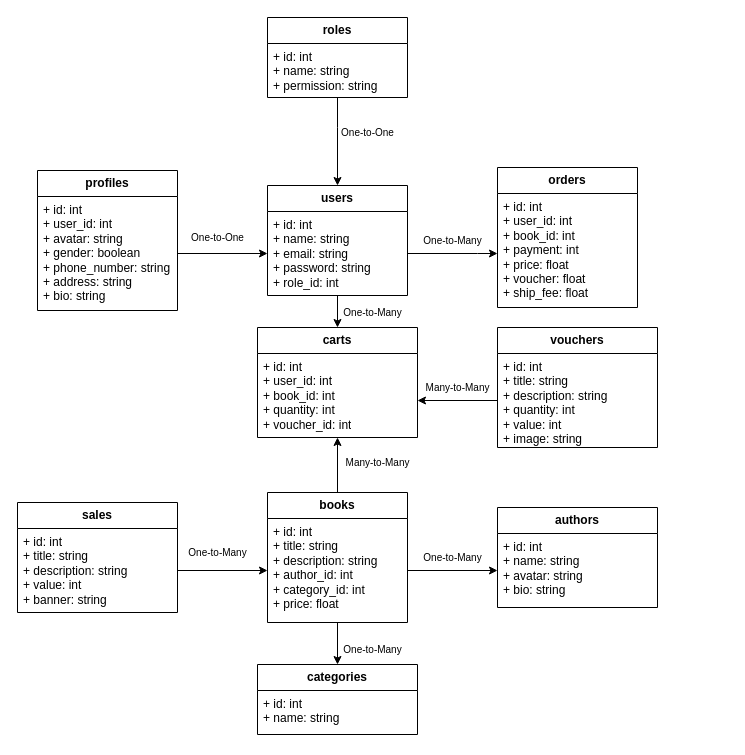
Above: public/Thiết kế ERD.drawio in tcquan-dev/demo (draw.io), before the change. Source tidied: cells renumbered, new cells numbered last; positions are measured from the earlier drawing's top-left corner, leaving out a move shared by most shapes. Both pictures are drawn from the tidied source at 100%, with x=0, y=0 at pixel (17, 17).
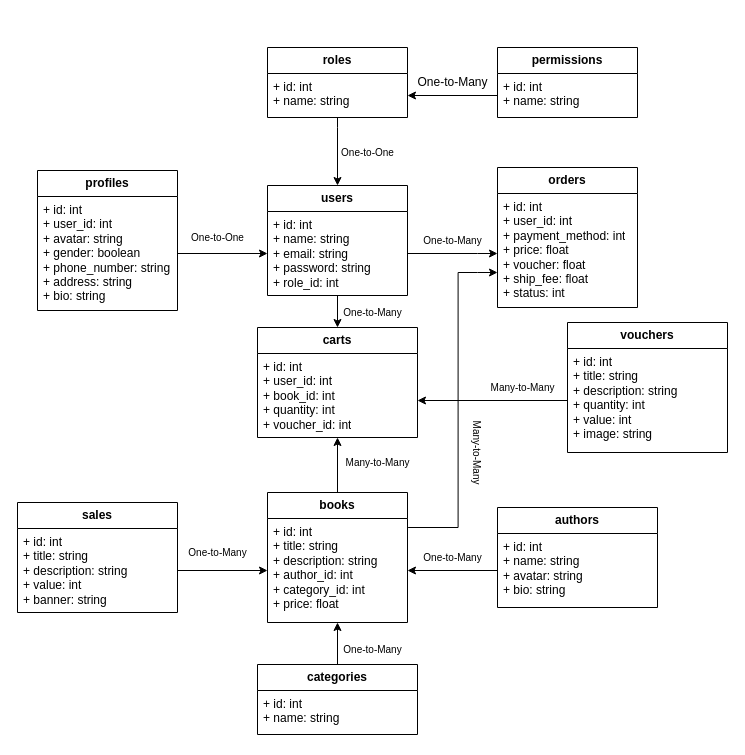
The same page after the edit.

Commit message:
Cập nhật Thiết kế ERD.drawio

The change refers to these unchanged cells:
```xml
<mxCell id="3" value="&lt;div&gt;+ id: int&lt;/div&gt;&lt;div&gt;+ name: string&lt;/div&gt;+ email: string&lt;div&gt;+ password: string&lt;/div&gt;&lt;div&gt;+ role_id: int&lt;/div&gt;" style="text;strokeColor=none;fillColor=none;align=left;verticalAlign=top;spacingLeft=4;spacingRight=4;overflow=hidden;points=[[0,0.5],[1,0.5]];portConstraint=eastwest;whiteSpace=wrap;html=1;" parent="2" vertex="1">
  <mxGeometry y="26" width="140" height="84" as="geometry" />
</mxCell>
<mxCell id="12" value="&lt;b&gt;books&lt;/b&gt;" style="swimlane;fontStyle=0;horizontal=1;startSize=26;fillColor=none;whiteSpace=wrap;html=1;" parent="1" vertex="1">
  <mxGeometry x="250" y="475" width="140" height="130" as="geometry" />
</mxCell>
<mxCell id="13" value="&lt;div&gt;+ id: int&lt;/div&gt;&lt;div&gt;+ title: string&lt;/div&gt;+ description: string&lt;div&gt;+ author_id: int&lt;/div&gt;&lt;div&gt;+ category_id: int&lt;/div&gt;&lt;div&gt;+ price: float&lt;/div&gt;" style="text;strokeColor=none;fillColor=none;align=left;verticalAlign=top;spacingLeft=4;spacingRight=4;overflow=hidden;points=[[0,0.5],[1,0.5]];portConstraint=eastwest;whiteSpace=wrap;html=1;" parent="12" vertex="1">
  <mxGeometry y="26" width="140" height="104" as="geometry" />
</mxCell>
<mxCell id="15" value="&lt;div&gt;+ id: int&lt;/div&gt;&lt;div&gt;+ name: string&lt;/div&gt;+ avatar: string&lt;div&gt;+ bio: string&lt;/div&gt;" style="text;strokeColor=none;fillColor=none;align=left;verticalAlign=top;spacingLeft=4;spacingRight=4;overflow=hidden;points=[[0,0.5],[1,0.5]];portConstraint=eastwest;whiteSpace=wrap;html=1;" parent="14" vertex="1">
  <mxGeometry y="26" width="160" height="74" as="geometry" />
</mxCell>
<mxCell id="17" value="&lt;b&gt;categories&lt;/b&gt;" style="swimlane;fontStyle=0;horizontal=1;startSize=26;fillColor=none;whiteSpace=wrap;html=1;" parent="1" vertex="1">
  <mxGeometry x="240" y="647" width="160" height="70" as="geometry" />
</mxCell>
<mxCell id="26" value="&lt;b&gt;orders&lt;/b&gt;" style="swimlane;fontStyle=0;horizontal=1;startSize=26;fillColor=none;whiteSpace=wrap;html=1;" parent="1" vertex="1">
  <mxGeometry x="480" y="150" width="140" height="140" as="geometry" />
</mxCell>
```

What changed in the source:
```diff
@@
     <mxCell id="7" value="&lt;b&gt;roles&lt;/b&gt;" style="swimlane;fontStyle=0;horizontal=1;startSize=26;fillColor=none;whiteSpace=wrap;html=1;" parent="1" vertex="1">
-      <mxGeometry x="250" width="140" height="80" as="geometry" />
+      <mxGeometry x="250" y="30" width="140" height="70" as="geometry" />
     </mxCell>
-    <mxCell id="8" value="&lt;div&gt;+ id: int&lt;/div&gt;&lt;div&gt;+ name: string&lt;/div&gt;&lt;div&gt;+ permission: string&lt;/div&gt;" style="text;strokeColor=none;fillColor=none;align=left;verticalAlign=top;spacingLeft=4;spacingRight=4;overflow=hidden;points=[[0,0.5],[1,0.5]];portConstraint=eastwest;whiteSpace=wrap;html=1;" parent="7" vertex="1">
-      <mxGeometry y="26" width="140" height="54" as="geometry" />
+    <mxCell id="8" value="&lt;div&gt;+ id: int&lt;/div&gt;&lt;div&gt;+ name: string&lt;/div&gt;" style="text;strokeColor=none;fillColor=none;align=left;verticalAlign=top;spacingLeft=4;spacingRight=4;overflow=hidden;points=[[0,0.5],[1,0.5]];portConstraint=eastwest;whiteSpace=wrap;html=1;" parent="7" vertex="1">
+      <mxGeometry y="26" width="140" height="44" as="geometry" />
     </mxCell>
     <mxCell id="9" value="One-to-One" style="text;html=1;align=center;verticalAlign=middle;strokeColor=none;fillColor=none;fontSize=10;" parent="1" vertex="1">
-      <mxGeometry x="310" y="100" width="80" height="30" as="geometry" />
+      <mxGeometry x="310" y="120" width="80" height="30" as="geometry" />
     </mxCell>
-    <mxCell id="10" style="edgeStyle=orthogonalEdgeStyle;rounded=0;jettySize=auto;html=1;entryX=0.5;entryY=0;entryDx=0;entryDy=0;" parent="1" edge="1" source="12" target="17">
+    <mxCell id="10" style="edgeStyle=orthogonalEdgeStyle;rounded=0;jettySize=auto;html=1;exitX=0.5;exitY=0;exitDx=0;exitDy=0;" parent="1" edge="1" source="17" target="12">
       <mxGeometry relative="1" as="geometry" />
     </mxCell>
@@
-    <mxCell id="27" value="&lt;div&gt;+ id: int&lt;/div&gt;&lt;div&gt;+ user_id: int&lt;/div&gt;&lt;div&gt;+ book_id: int&lt;/div&gt;&lt;div&gt;+ payment: int&lt;/div&gt;+ price: float&lt;div&gt;+ voucher: float&lt;/div&gt;&lt;div&gt;+ ship_fee: float&lt;br&gt;&lt;div&gt;&lt;br&gt;&lt;/div&gt;&lt;/div&gt;" style="text;strokeColor=none;fillColor=none;align=left;verticalAlign=top;spacingLeft=4;spacingRight=4;overflow=hidden;points=[[0,0.5],[1,0.5]];portConstraint=eastwest;whiteSpace=wrap;html=1;" parent="26" vertex="1">
+    <mxCell id="27" value="&lt;div&gt;+ id: int&lt;/div&gt;&lt;div&gt;+ user_id: int&lt;/div&gt;&lt;div&gt;+ payment_method: int&lt;/div&gt;+ price: float&lt;div&gt;+ voucher: float&lt;/div&gt;&lt;div&gt;+ ship_fee: float&lt;br&gt;&lt;div&gt;+ status: int&lt;/div&gt;&lt;/div&gt;" style="text;strokeColor=none;fillColor=none;align=left;verticalAlign=top;spacingLeft=4;spacingRight=4;overflow=hidden;points=[[0,0.5],[1,0.5]];portConstraint=eastwest;whiteSpace=wrap;html=1;" parent="26" vertex="1">
       <mxGeometry y="26" width="140" height="114" as="geometry" />
     </mxCell>
@@
     <mxCell id="29" value="&lt;b&gt;vouchers&lt;/b&gt;" style="swimlane;fontStyle=0;horizontal=1;startSize=26;fillColor=none;whiteSpace=wrap;html=1;" parent="1" vertex="1">
-      <mxGeometry x="480" y="310" width="160" height="120" as="geometry" />
+      <mxGeometry x="550" y="305" width="160" height="130" as="geometry" />
     </mxCell>
     <mxCell id="30" value="&lt;div&gt;+ id: int&lt;/div&gt;&lt;div&gt;+ title: string&lt;/div&gt;+ description: string&lt;div&gt;+ quantity: int&lt;/div&gt;&lt;div&gt;+ value: int&lt;/div&gt;&lt;div&gt;+ image: string&lt;/div&gt;" style="text;strokeColor=none;fillColor=none;align=left;verticalAlign=top;spacingLeft=4;spacingRight=4;overflow=hidden;points=[[0,0.5],[1,0.5]];portConstraint=eastwest;whiteSpace=wrap;html=1;" parent="29" vertex="1">
-      <mxGeometry y="26" width="160" height="94" as="geometry" />
+      <mxGeometry y="26" width="160" height="104" as="geometry" />
     </mxCell>
@@
     <mxCell id="32" value="Many-to-Many" style="text;html=1;align=center;verticalAlign=middle;strokeColor=none;fillColor=none;fontSize=10;" parent="1" vertex="1">
-      <mxGeometry x="395" y="355" width="90" height="30" as="geometry" />
+      <mxGeometry x="460" y="355" width="90" height="30" as="geometry" />
     </mxCell>
-    <mxCell id="33" style="edgeStyle=orthogonalEdgeStyle;rounded=0;jettySize=auto;html=1;" parent="1" edge="1" source="3" target="27">
-      <mxGeometry relative="1" as="geometry">
-        <Array as="points">
-          <mxPoint x="460" y="236" />
-          <mxPoint x="460" y="236" />
-        </Array>
-      </mxGeometry>
-    </mxCell>
@@
+    <mxCell id="40" style="endArrow=classic;html=1;rounded=0;" parent="1" edge="1">
+      <mxGeometry relative="1" as="geometry">
+        <mxPoint x="390.6" y="510" as="sourcePoint" />
+        <mxPoint x="480" y="255" as="targetPoint" />
+        <Array as="points">
+          <mxPoint x="440.6" y="510" />
+          <mxPoint x="440.6" y="255" />
+          <mxPoint x="460" y="255" />
+        </Array>
+      </mxGeometry>
+    </mxCell>
+    <mxCell id="41" value="Many-to-Many" style="text;html=1;align=center;verticalAlign=middle;strokeColor=none;fillColor=none;fontSize=10;rotation=90;" parent="1" vertex="1">
+      <mxGeometry x="415" y="420" width="90" height="30" as="geometry" />
+    </mxCell>
-    <mxCell id="39" style="edgeStyle=orthogonalEdgeStyle;rounded=0;jettySize=auto;html=1;" parent="1" edge="1" source="13" target="15">
+    <mxCell id="39" style="edgeStyle=orthogonalEdgeStyle;rounded=0;jettySize=auto;html=1;" parent="1" edge="1" source="15" target="13">
       <mxGeometry relative="1" as="geometry" />
     </mxCell>
+    <mxCell id="33" style="edgeStyle=orthogonalEdgeStyle;rounded=0;jettySize=auto;html=1;" parent="1" edge="1" source="3" target="27">
+      <mxGeometry relative="1" as="geometry">
+        <Array as="points">
+          <mxPoint x="460" y="236" />
+          <mxPoint x="460" y="236" />
+        </Array>
+      </mxGeometry>
+    </mxCell>
+    <mxCell id="42" value="&lt;b&gt;permissions&lt;/b&gt;" style="swimlane;fontStyle=0;horizontal=1;startSize=26;fillColor=none;whiteSpace=wrap;html=1;" parent="1" vertex="1">
+      <mxGeometry x="480" y="30" width="140" height="70" as="geometry" />
+    </mxCell>
+    <mxCell id="43" value="&lt;div&gt;+ id: int&lt;/div&gt;&lt;div&gt;+ name: string&lt;/div&gt;" style="text;strokeColor=none;fillColor=none;align=left;verticalAlign=top;spacingLeft=4;spacingRight=4;overflow=hidden;points=[[0,0.5],[1,0.5]];portConstraint=eastwest;whiteSpace=wrap;html=1;" parent="42" vertex="1">
+      <mxGeometry y="26" width="140" height="44" as="geometry" />
+    </mxCell>
+    <mxCell id="44" value="One-to-Many" style="text;html=1;align=center;verticalAlign=middle;strokeColor=none;fillColor=none;" parent="1" vertex="1">
+      <mxGeometry x="390" y="50" width="90" height="30" as="geometry" />
+    </mxCell>
+    <mxCell id="45" style="edgeStyle=orthogonalEdgeStyle;rounded=0;jettySize=auto;html=1;" parent="1" edge="1" source="43" target="8">
+      <mxGeometry relative="1" as="geometry" />
+    </mxCell>
```
